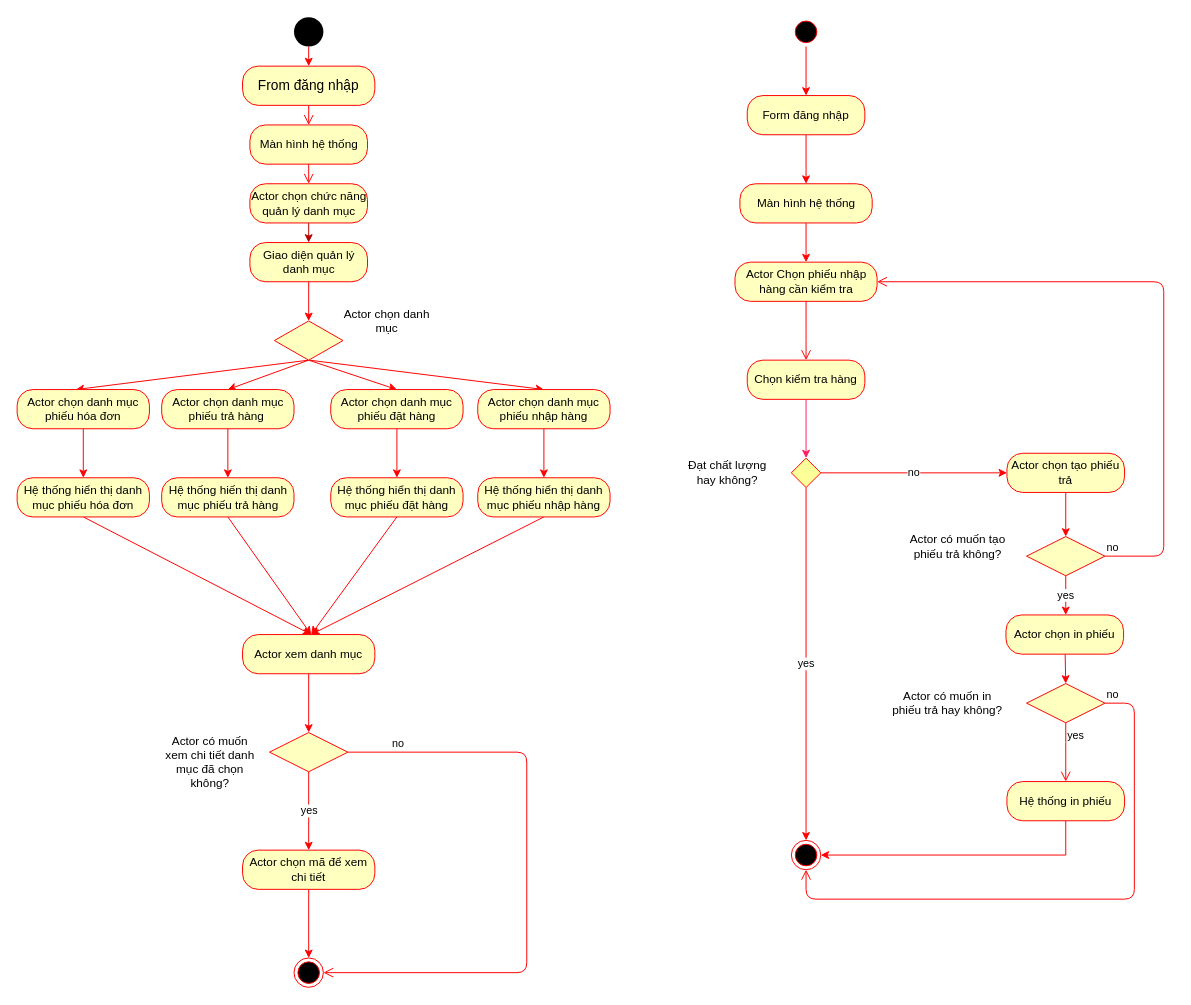
Above: ACTIVITY/Activity diagram.drawio in AlexTien202/congnghephanmem (draw.io), before the change. Source tidied: cells renumbered, new cells numbered last; positions are measured from the earlier drawing's top-left corner, leaving out a move shared by most shapes. Both pictures are drawn from the tidied source at 98%, with x=0, y=0 at pixel (17, 17).
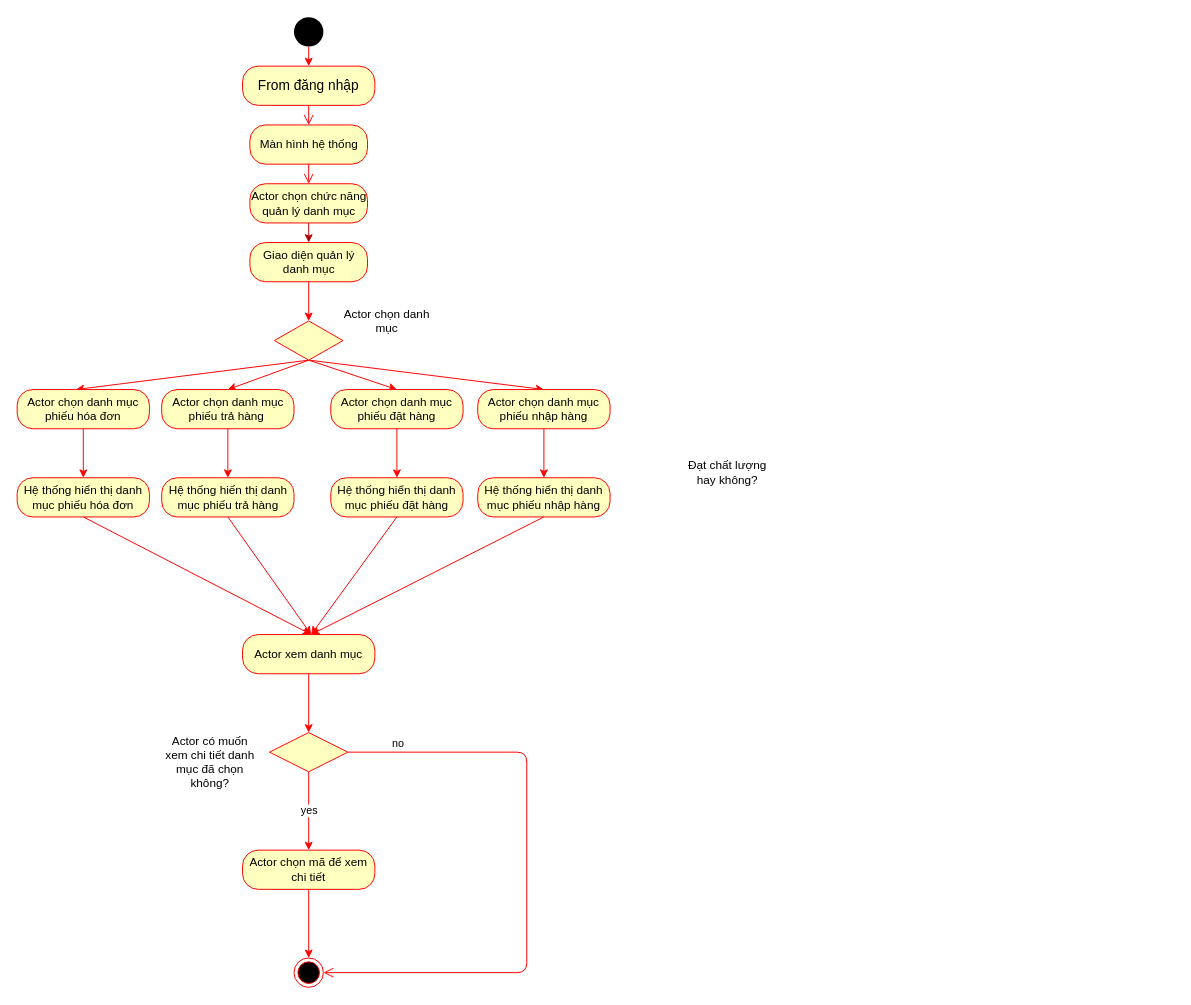
Above is the later version.

The edit, as a diff of the source:
```diff
@@
-    <mxCell id="2" style="rounded=0;jettySize=auto;html=1;exitX=0.5;exitY=1;exitDx=0;exitDy=0;strokeColor=#FF0000;" parent="1" edge="1" target="15">
-      <mxGeometry relative="1" as="geometry">
-        <mxPoint x="805" y="30" as="sourcePoint" />
-      </mxGeometry>
-    </mxCell>
-    <mxCell id="3" style="ellipse;html=1;shape=startState;fillColor=#000000;strokeColor=#ff0000;" parent="1" vertex="1">
-      <mxGeometry x="790" width="30" height="30" as="geometry" />
-    </mxCell>
-    <mxCell id="4" value="Actor Chọn phiếu nhập hàng cần kiểm tra" style="rounded=1;whiteSpace=wrap;html=1;arcSize=40;fontColor=#000000;fillColor=#ffffc0;strokeColor=#ff0000;" parent="1" vertex="1">
-      <mxGeometry x="732.5" y="250" width="145" height="40" as="geometry" />
-    </mxCell>
-    <mxCell id="5" style="edgeStyle=orthogonalEdgeStyle;html=1;verticalAlign=bottom;endArrow=open;endSize=8;strokeColor=#ff0000;" parent="1" edge="1" source="4">
-      <mxGeometry relative="1" as="geometry">
-        <mxPoint x="805" y="350" as="targetPoint" />
-      </mxGeometry>
-    </mxCell>
-    <mxCell id="6" style="edgeStyle=none;rounded=0;jettySize=auto;html=1;exitX=0.5;exitY=1;exitDx=0;exitDy=0;entryX=0.5;entryY=0;entryDx=0;entryDy=0;strokeColor=#FF1F62;" parent="1" edge="1" source="7" target="10">
-      <mxGeometry relative="1" as="geometry" />
-    </mxCell>
-    <mxCell id="7" value="Chọn kiểm tra hàng" style="rounded=1;whiteSpace=wrap;html=1;arcSize=40;fontColor=#000000;fillColor=#ffffc0;strokeColor=#ff0000;" parent="1" vertex="1">
-      <mxGeometry x="745" y="350" width="120" height="40" as="geometry" />
-    </mxCell>
-    <mxCell id="8" value="yes" style="edgeStyle=orthogonalEdgeStyle;rounded=0;jettySize=auto;html=1;strokeColor=#FF0000;entryX=0.5;entryY=0;entryDx=0;entryDy=0;" parent="1" edge="1" source="10" target="13">
-      <mxGeometry relative="1" as="geometry" />
-    </mxCell>
-    <mxCell id="9" value="no" style="edgeStyle=orthogonalEdgeStyle;rounded=0;jettySize=auto;html=1;entryX=0;entryY=0.5;entryDx=0;entryDy=0;strokeColor=#FF0000;" parent="1" edge="1" source="10" target="12">
-      <mxGeometry relative="1" as="geometry" />
-    </mxCell>
-    <mxCell id="10" style="rhombus;fillColor=#FFFF99;strokeColor=#FF0000;" parent="1" vertex="1">
-      <mxGeometry x="790" y="450" width="30" height="30" as="geometry" />
-    </mxCell>
-    <mxCell id="11" style="edgeStyle=none;rounded=0;jettySize=auto;html=1;entryX=0.5;entryY=0;entryDx=0;entryDy=0;strokeColor=#FF0000;" parent="1" edge="1" source="12">
-      <mxGeometry relative="1" as="geometry">
-        <mxPoint x="1070" y="530" as="targetPoint" />
-      </mxGeometry>
-    </mxCell>
-    <mxCell id="12" value="Actor chọn tạo phiếu trả" style="rounded=1;whiteSpace=wrap;html=1;arcSize=40;fontColor=#000000;fillColor=#ffffc0;strokeColor=#ff0000;" parent="1" vertex="1">
-      <mxGeometry x="1010" y="445" width="120" height="40" as="geometry" />
-    </mxCell>
-    <mxCell id="13" style="ellipse;html=1;shape=endState;fillColor=#000000;strokeColor=#ff0000;" parent="1" vertex="1">
-      <mxGeometry x="790" y="840" width="30" height="30" as="geometry" />
-    </mxCell>
-    <mxCell id="14" style="edgeStyle=none;rounded=0;jettySize=auto;html=1;entryX=0.5;entryY=0;entryDx=0;entryDy=0;strokeColor=#FF0000;" parent="1" edge="1" source="15" target="40">
-      <mxGeometry relative="1" as="geometry" />
-    </mxCell>
-    <mxCell id="15" value="Form đăng nhập" style="rounded=1;whiteSpace=wrap;html=1;arcSize=40;fontColor=#000000;fillColor=#ffffc0;strokeColor=#ff0000;" parent="1" vertex="1">
-      <mxGeometry x="745" y="80" width="120" height="40" as="geometry" />
-    </mxCell>
@@
-    <mxCell id="17" value="yes" style="edgeStyle=none;rounded=0;orthogonalLoop=1;jettySize=auto;html=1;exitX=0.5;exitY=1;exitDx=0;exitDy=0;entryX=0.5;entryY=0;entryDx=0;entryDy=0;strokeColor=#FF0000;" parent="1" edge="1">
-      <mxGeometry relative="1" as="geometry">
-        <mxPoint x="1070" y="570" as="sourcePoint" />
-        <mxPoint x="1070" y="610" as="targetPoint" />
-      </mxGeometry>
-    </mxCell>
@@
-    <mxCell id="39" style="edgeStyle=none;rounded=0;jettySize=auto;html=1;entryX=0.5;entryY=0;entryDx=0;entryDy=0;strokeColor=#FF0000;" parent="1" edge="1" source="40" target="4">
-      <mxGeometry relative="1" as="geometry" />
-    </mxCell>
-    <mxCell id="40" value="Màn hình hệ thống" style="rounded=1;whiteSpace=wrap;html=1;arcSize=40;fontColor=#000000;fillColor=#ffffc0;strokeColor=#ff0000;" parent="1" vertex="1">
-      <mxGeometry x="737.5" y="170" width="135" height="40" as="geometry" />
-    </mxCell>
@@
-    <mxCell id="62" style="rhombus;whiteSpace=wrap;html=1;fillColor=#ffffc0;strokeColor=#ff0000;" parent="1" vertex="1">
-      <mxGeometry x="1030" y="530" width="80" height="40" as="geometry" />
-    </mxCell>
-    <mxCell id="63" value="no" style="edgeStyle=orthogonalEdgeStyle;html=1;align=left;verticalAlign=bottom;endArrow=open;endSize=8;strokeColor=#ff0000;entryX=1;entryY=0.5;entryDx=0;entryDy=0;" parent="1" edge="1" source="62" target="4">
-      <mxGeometry x="-1" relative="1" as="geometry">
-        <Array as="points">
-          <mxPoint x="1170" y="550" />
-          <mxPoint x="1170" y="270" />
-        </Array>
-      </mxGeometry>
-    </mxCell>
-    <mxCell id="64" value="Actor có muốn tạo phiếu trả không?" style="text;html=1;strokeColor=none;fillColor=none;align=center;verticalAlign=middle;whiteSpace=wrap;rounded=0;" parent="1" vertex="1">
-      <mxGeometry x="900" y="530" width="120" height="20" as="geometry" />
-    </mxCell>
-    <mxCell id="65" style="edgeStyle=none;rounded=0;jettySize=auto;html=1;entryX=0.5;entryY=0;entryDx=0;entryDy=0;strokeColor=#FF0000;" parent="1" edge="1" source="66" target="67">
-      <mxGeometry relative="1" as="geometry" />
-    </mxCell>
-    <mxCell id="66" value="Actor chọn in phiếu" style="rounded=1;whiteSpace=wrap;html=1;arcSize=40;fontColor=#000000;fillColor=#ffffc0;strokeColor=#ff0000;" parent="1" vertex="1">
-      <mxGeometry x="1009" y="610" width="120" height="40" as="geometry" />
-    </mxCell>
-    <mxCell id="67" style="rhombus;whiteSpace=wrap;html=1;fillColor=#ffffc0;strokeColor=#ff0000;" parent="1" vertex="1">
-      <mxGeometry x="1030" y="680" width="80" height="40" as="geometry" />
-    </mxCell>
-    <mxCell id="68" value="no" style="edgeStyle=orthogonalEdgeStyle;html=1;align=left;verticalAlign=bottom;endArrow=open;endSize=8;strokeColor=#ff0000;entryX=0.5;entryY=1;entryDx=0;entryDy=0;" parent="1" edge="1" source="67" target="13">
-      <mxGeometry x="-1" relative="1" as="geometry">
-        <Array as="points">
-          <mxPoint x="1140" y="700" />
-          <mxPoint x="1140" y="900" />
-          <mxPoint x="805" y="900" />
-        </Array>
-      </mxGeometry>
-    </mxCell>
-    <mxCell id="69" value="yes" style="edgeStyle=orthogonalEdgeStyle;html=1;align=left;verticalAlign=top;endArrow=open;endSize=8;strokeColor=#ff0000;" parent="1" edge="1" source="67">
-      <mxGeometry x="-1" relative="1" as="geometry">
-        <mxPoint x="1070" y="780" as="targetPoint" />
-      </mxGeometry>
-    </mxCell>
-    <mxCell id="70" style="edgeStyle=orthogonalEdgeStyle;rounded=0;jettySize=auto;html=1;entryX=1;entryY=0.5;entryDx=0;entryDy=0;strokeColor=#FF0000;" parent="1" edge="1" source="71" target="13">
-      <mxGeometry relative="1" as="geometry">
-        <Array as="points">
-          <mxPoint x="1070" y="855" />
-        </Array>
-      </mxGeometry>
-    </mxCell>
-    <mxCell id="71" value="Hệ thống in phiếu" style="rounded=1;whiteSpace=wrap;html=1;arcSize=40;fontColor=#000000;fillColor=#ffffc0;strokeColor=#ff0000;" parent="1" vertex="1">
-      <mxGeometry x="1010" y="780" width="120" height="40" as="geometry" />
-    </mxCell>
-    <mxCell id="72" value="Actor có muốn in phiếu trả hay không?" style="text;html=1;strokeColor=none;fillColor=none;align=center;verticalAlign=middle;whiteSpace=wrap;rounded=0;" parent="1" vertex="1">
-      <mxGeometry x="890" y="690" width="119" height="20" as="geometry" />
-    </mxCell>
```
